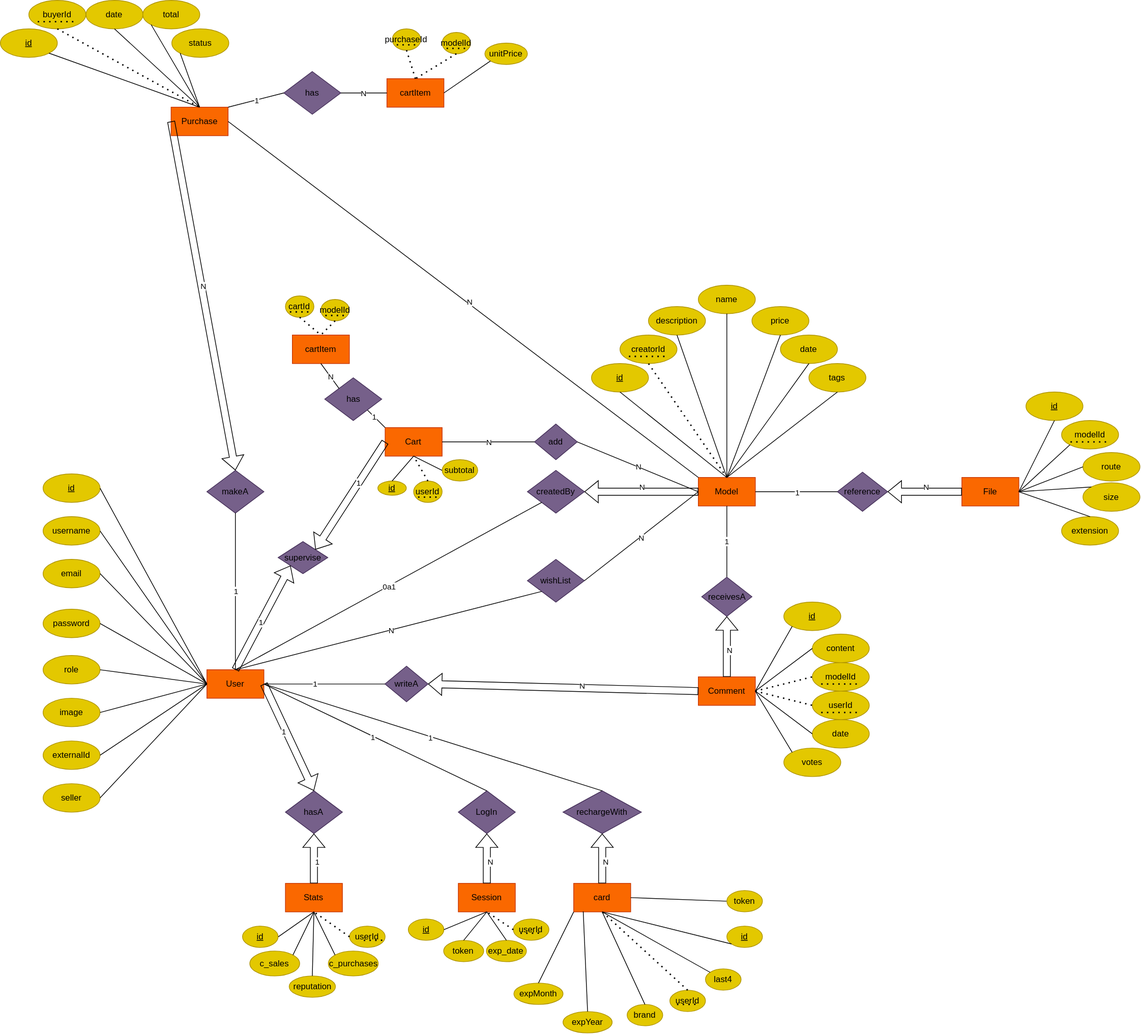
Above: docs/design/tridi.diagrama.svg in IIC2513/Tridi_frontend_26-1 (draw.io), before the change. Source tidied: cells renumbered, new cells last; positions are measured from the earlier drawing's top-left corner, leaving out a move shared by most shapes.
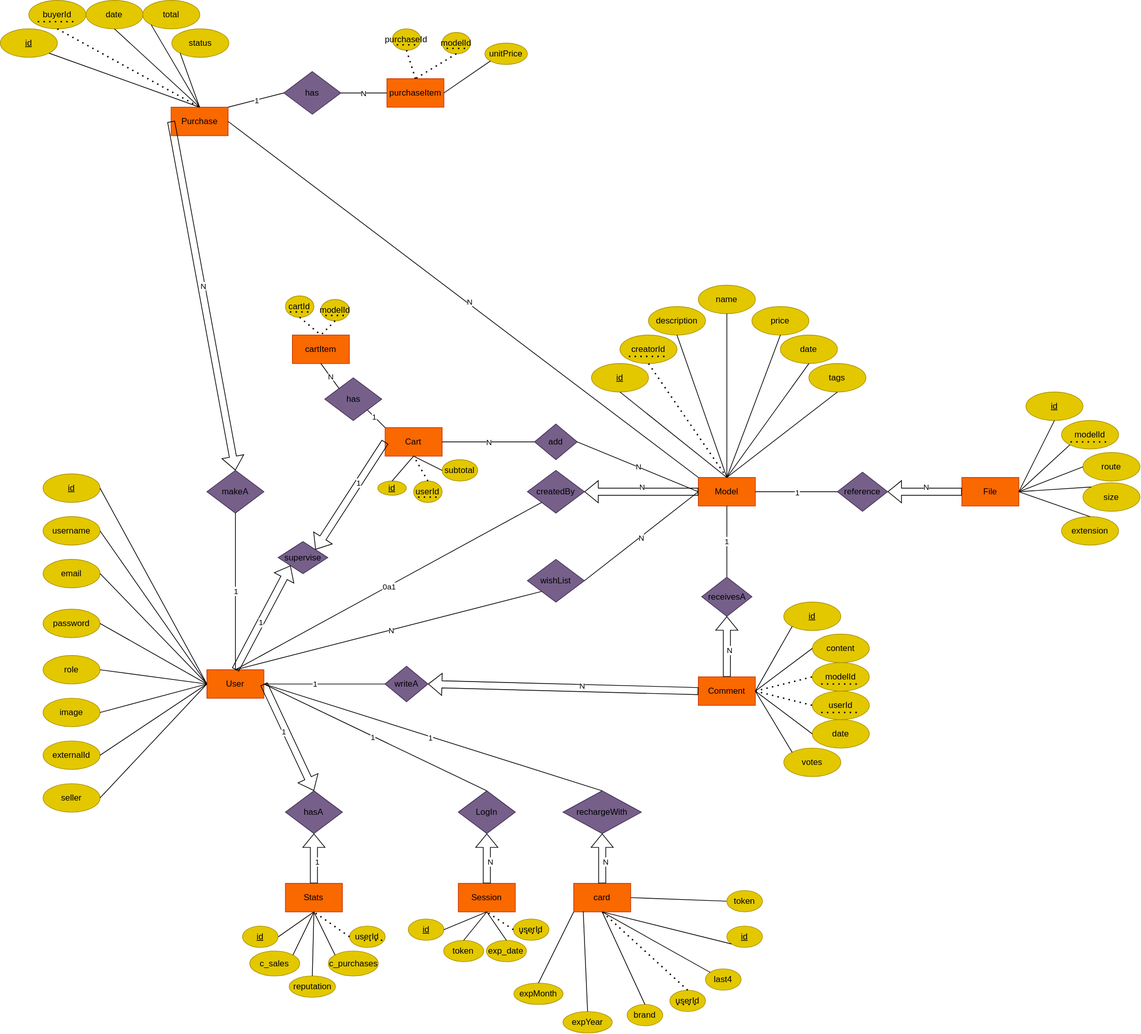
Later version of the same file.

Commit message:
chore(docs/E/R): actualizado diagrama E/R

What changed in the source:
```diff
@@ -658,7 +658,7 @@
     <mxCell id="195" style="endArrow=none;dashed=1;html=1;dashPattern=1 3;strokeWidth=2;rounded=0;exitX=0.5;exitY=1;exitDx=0;exitDy=0;entryX=0.5;entryY=0;entryDx=0;entryDy=0;" parent="1" edge="1" source="193" target="182">
       <mxGeometry relative="1" as="geometry" />
     </mxCell>
-    <mxCell id="196" value="cartItem" style="rounded=0;whiteSpace=wrap;html=1;fillColor=#fa6800;strokeColor=#C73500;strokeWidth=1;fontColor=#000000;" parent="1" vertex="1">
+    <mxCell id="196" value="purchaseItem" style="rounded=0;whiteSpace=wrap;html=1;fillColor=#fa6800;strokeColor=#C73500;strokeWidth=1;fontColor=#000000;" parent="1" vertex="1">
       <mxGeometry x="542.8" y="110" width="80" height="40" as="geometry" />
     </mxCell>
     <mxCell id="197" style="group;" parent="1" vertex="1">
```
